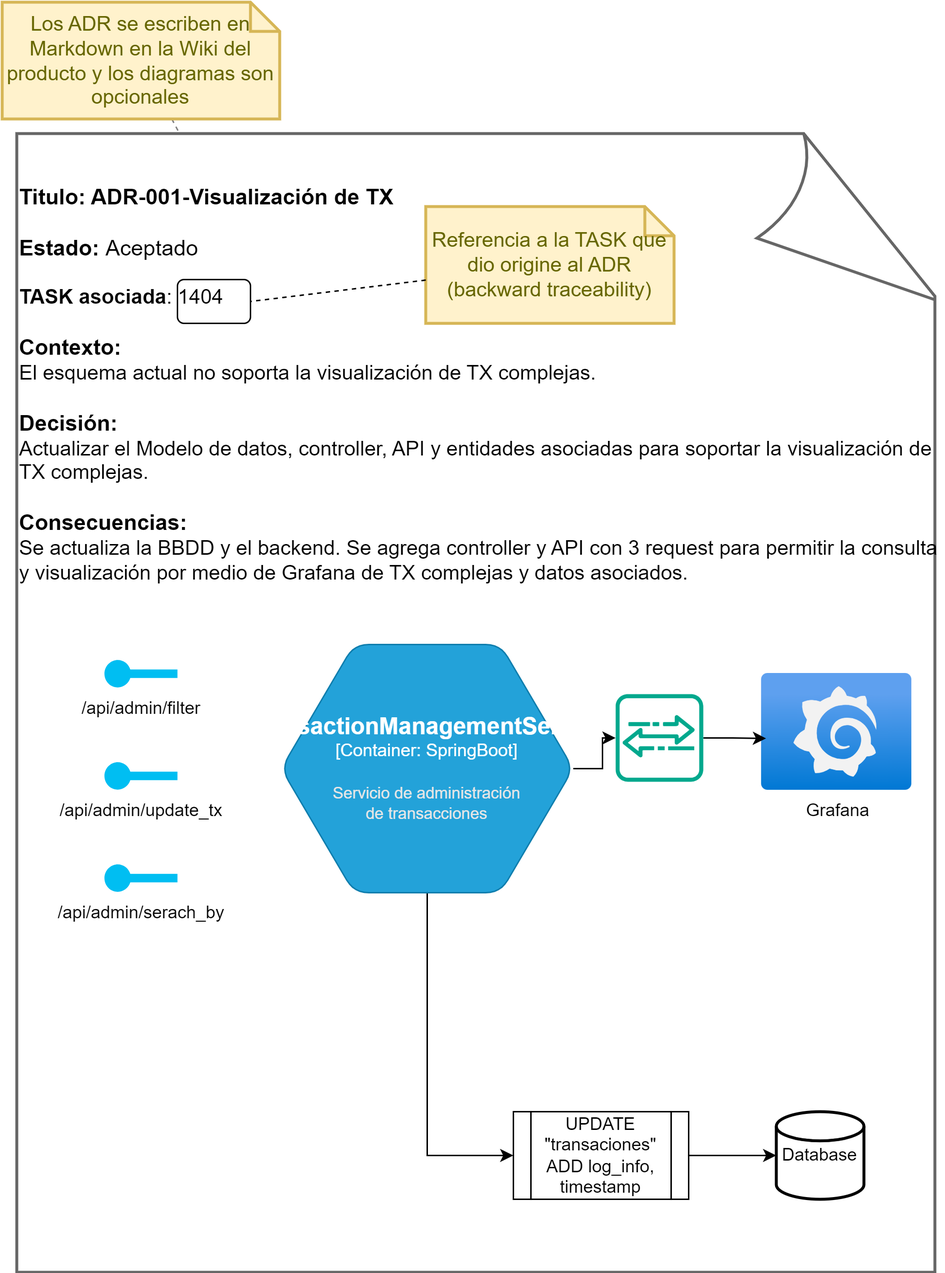
Earlier version of the draw.io export images/ADR_example.png (matiaspakua/tech.notes.io). Source tidied: cells renumbered, new cells last; positions are measured from the earlier drawing's top-left corner, leaving out a move shared by most shapes.
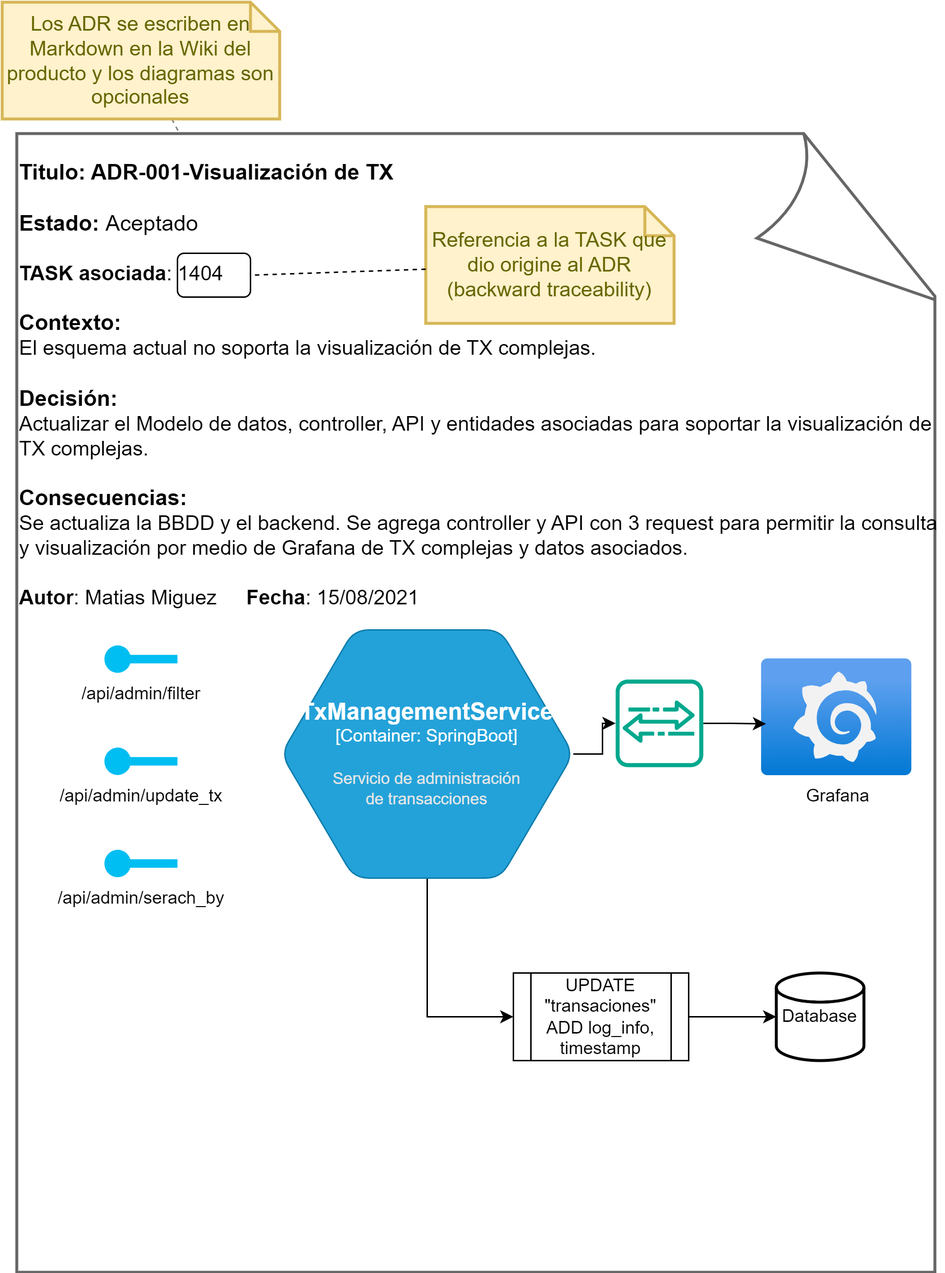
Later version of the same file.

Commit message:
Completing the talk 01 on architecture decisions.

What changed in the source:
```diff
@@ -5,11 +5,11 @@
     <mxCell id="2" style="group;" parent="1" vertex="1">
       <mxGeometry x="10" y="90" width="635" height="780" as="geometry" />
     </mxCell>
-    <mxCell id="3" value="&lt;font&gt;&lt;b style=&quot;font-size: 15px&quot;&gt;Titulo: ADR-001-Visualización de TX&lt;br&gt;&lt;/b&gt;&lt;br&gt;&lt;b style=&quot;font-size: 15px&quot;&gt;Estado:&amp;nbsp;&lt;/b&gt;&lt;span style=&quot;font-size: 15px&quot;&gt;Aceptado&lt;br&gt;&lt;/span&gt;&lt;br&gt;&lt;b&gt;TASK asociada&lt;/b&gt;: 1404&lt;br&gt;&lt;br&gt;&lt;b style=&quot;font-size: 15px&quot;&gt;Contexto:&amp;nbsp;&lt;/b&gt;&lt;br&gt;&lt;font style=&quot;font-size: 14px&quot;&gt;El esquema actual no soporta la visualización de TX complejas.&lt;/font&gt;&lt;br&gt;&lt;br&gt;&lt;b style=&quot;font-size: 15px&quot;&gt;Decisión&lt;/b&gt;&lt;b style=&quot;font-size: 15px&quot;&gt;:&lt;br&gt;&lt;/b&gt;Actualizar el Modelo de datos, controller, API y entidades asociadas para soportar la visualización de TX complejas.&lt;br&gt;&lt;br&gt;&lt;b style=&quot;font-size: 15px&quot;&gt;Consecuencias:&lt;br&gt;&lt;/b&gt;Se actualiza la BBDD y el backend. Se agrega controller y API con 3 request para permitir la consulta y visualización por medio de Grafana de TX complejas y datos asociados.&lt;br&gt;&lt;br&gt;&lt;br&gt;&lt;br&gt;&lt;br&gt;&lt;br&gt;&lt;br&gt;&lt;br&gt;&lt;br&gt;&lt;br&gt;&lt;br&gt;&lt;br&gt;&lt;br&gt;&lt;br&gt;&lt;br&gt;&lt;br&gt;&lt;br&gt;&lt;br&gt;&lt;br&gt;&lt;br&gt;&lt;br&gt;&lt;br&gt;&lt;br&gt;&lt;br&gt;&lt;br&gt;&lt;br&gt;&lt;br&gt;&lt;/font&gt;" style="whiteSpace=wrap;html=1;shape=mxgraph.basic.document;fontSize=14;fontColor=#000000;strokeColor=#666666;strokeWidth=2;fillColor=none;align=left;" parent="2" vertex="1">
+    <mxCell id="3" value="&lt;font&gt;&lt;b style=&quot;font-size: 15px&quot;&gt;Titulo: ADR-001-Visualización de TX&lt;br&gt;&lt;/b&gt;&lt;br&gt;&lt;b style=&quot;font-size: 15px&quot;&gt;Estado:&amp;nbsp;&lt;/b&gt;&lt;span style=&quot;font-size: 15px&quot;&gt;Aceptado&lt;br&gt;&lt;/span&gt;&lt;br&gt;&lt;b&gt;TASK asociada&lt;/b&gt;: 1404&lt;br&gt;&lt;br&gt;&lt;b style=&quot;font-size: 15px&quot;&gt;Contexto:&amp;nbsp;&lt;/b&gt;&lt;br&gt;&lt;font style=&quot;font-size: 14px&quot;&gt;El esquema actual no soporta la visualización de TX complejas.&lt;/font&gt;&lt;br&gt;&lt;br&gt;&lt;b style=&quot;font-size: 15px&quot;&gt;Decisión&lt;/b&gt;&lt;b style=&quot;font-size: 15px&quot;&gt;:&lt;br&gt;&lt;/b&gt;Actualizar el Modelo de datos, controller, API y entidades asociadas para soportar la visualización de TX complejas.&lt;br&gt;&lt;br&gt;&lt;b style=&quot;font-size: 15px&quot;&gt;Consecuencias:&lt;br&gt;&lt;/b&gt;Se actualiza la BBDD y el backend. Se agrega controller y API con 3 request para permitir la consulta y visualización por medio de Grafana de TX complejas y datos asociados.&lt;/font&gt;&lt;div&gt;&lt;font&gt;&lt;br&gt;&lt;/font&gt;&lt;/div&gt;&lt;div&gt;&lt;font&gt;&lt;b&gt;Autor&lt;/b&gt;: Matias Miguez&amp;nbsp;&lt;span style=&quot;white-space: pre;&quot;&gt;&#9;&lt;/span&gt;&lt;b&gt;Fecha&lt;/b&gt;: 15/08/2021&lt;br&gt;&lt;br&gt;&lt;br&gt;&lt;br&gt;&lt;br&gt;&lt;br&gt;&lt;br&gt;&lt;br&gt;&lt;br&gt;&lt;br&gt;&lt;br&gt;&lt;br&gt;&lt;br&gt;&lt;br&gt;&lt;br&gt;&lt;br&gt;&lt;br&gt;&lt;br&gt;&lt;br&gt;&lt;br&gt;&lt;br&gt;&lt;br&gt;&lt;br&gt;&lt;br&gt;&lt;br&gt;&lt;br&gt;&lt;br&gt;&lt;/font&gt;&lt;/div&gt;" style="whiteSpace=wrap;html=1;shape=mxgraph.basic.document;fontSize=14;fontColor=#000000;strokeColor=#666666;strokeWidth=2;fillColor=none;align=left;" parent="2" vertex="1">
       <mxGeometry width="635" height="780" as="geometry" />
     </mxCell>
     <mxCell id="4" style="rounded=1;whiteSpace=wrap;html=1;fillColor=none;" parent="2" vertex="1">
-      <mxGeometry x="110" y="100" width="50" height="30" as="geometry" />
+      <mxGeometry x="110" y="82" width="50" height="30" as="geometry" />
     </mxCell>
     <mxCell id="5" value="Referencia a la TASK que dio origine al ADR (backward traceability)" style="shape=note;strokeWidth=2;fontSize=14;size=20;whiteSpace=wrap;html=1;fillColor=#fff2cc;strokeColor=#d6b656;fontColor=#666600;" parent="2" vertex="1">
       <mxGeometry x="280" y="50" width="170" height="80" as="geometry" />
@@ -18,10 +18,10 @@
       <mxGeometry relative="1" as="geometry" />
     </mxCell>
     <mxCell id="7" value="Database" style="strokeWidth=2;html=1;shape=mxgraph.flowchart.database;whiteSpace=wrap;" parent="2" vertex="1">
-      <mxGeometry x="520" y="670" width="60" height="60" as="geometry" />
+      <mxGeometry x="520" y="575" width="60" height="60" as="geometry" />
     </mxCell>
     <mxCell id="8" value="UPDATE &quot;transaciones&quot; ADD log_info, timestamp" style="shape=process;whiteSpace=wrap;html=1;backgroundOutline=1;" parent="2" vertex="1">
-      <mxGeometry x="340" y="670" width="120" height="60" as="geometry" />
+      <mxGeometry x="340" y="575" width="120" height="60" as="geometry" />
     </mxCell>
     <mxCell id="9" style="edgeStyle=orthogonalEdgeStyle;rounded=0;jettySize=auto;html=1;entryX=0;entryY=0.5;entryDx=0;entryDy=0;entryPerimeter=0;" parent="2" edge="1" source="8" target="7">
       <mxGeometry relative="1" as="geometry" />
@@ -29,22 +29,22 @@
     <mxCell id="10" style="edgeStyle=orthogonalEdgeStyle;rounded=0;jettySize=auto;html=1;entryX=0;entryY=0.5;entryDx=0;entryDy=0;" parent="2" edge="1" source="11" target="8">
       <mxGeometry relative="1" as="geometry" />
     </mxCell>
-    <object id="11" label="&lt;font style=&quot;font-size: 16px&quot;&gt;&lt;b&gt;%c4Name%&lt;/b&gt;&lt;/font&gt;&lt;div&gt;[%c4Type%:&amp;nbsp;%c4Technology%]&lt;/div&gt;&lt;br&gt;&lt;div&gt;&lt;font style=&quot;font-size: 11px&quot;&gt;&lt;font color=&quot;#E6E6E6&quot;&gt;%c4Description%&lt;/font&gt;&lt;/div&gt;" c4Description="Servicio de administración &#10;de transacciones" c4Name="TransactionManagementService" c4Technology="SpringBoot" c4Type="Container" placeholders="1">
+    <object id="11" label="&lt;font style=&quot;font-size: 16px&quot;&gt;&lt;b&gt;%c4Name%&lt;/b&gt;&lt;/font&gt;&lt;div&gt;[%c4Type%:&amp;nbsp;%c4Technology%]&lt;/div&gt;&lt;br&gt;&lt;div&gt;&lt;font style=&quot;font-size: 11px&quot;&gt;&lt;font color=&quot;#E6E6E6&quot;&gt;%c4Description%&lt;/font&gt;&lt;/div&gt;" c4Description="Servicio de administración &#10;de transacciones" c4Name="TxManagementService" c4Technology="SpringBoot" c4Type="Container" placeholders="1">
       <mxCell style="shape=hexagon;size=50;perimeter=hexagonPerimeter2;whiteSpace=wrap;html=1;fixedSize=1;rounded=1;labelBackgroundColor=none;fillColor=#23A2D9;fontSize=12;fontColor=#ffffff;align=center;strokeColor=#0E7DAD;points=[[0.5,0,0],[1,0.25,0],[1,0.5,0],[1,0.75,0],[0.5,1,0],[0,0.75,0],[0,0.5,0],[0,0.25,0]];" parent="2" vertex="1">
-        <mxGeometry x="181" y="350" width="200" height="170" as="geometry" />
+        <mxGeometry x="181" y="340" width="200" height="170" as="geometry" />
       </mxCell>
     </object>
     <mxCell id="12" value="/api/admin/filter" style="verticalLabelPosition=bottom;html=1;verticalAlign=top;align=center;strokeColor=none;fillColor=#00BEF2;shape=mxgraph.azure.service_endpoint;" parent="2" vertex="1">
-      <mxGeometry x="60" y="360" width="50" height="20" as="geometry" />
+      <mxGeometry x="60" y="350" width="50" height="20" as="geometry" />
     </mxCell>
     <mxCell id="13" value="/api/admin/update_tx" style="verticalLabelPosition=bottom;html=1;verticalAlign=top;align=center;strokeColor=none;fillColor=#00BEF2;shape=mxgraph.azure.service_endpoint;" parent="2" vertex="1">
-      <mxGeometry x="60" y="430" width="50" height="20" as="geometry" />
+      <mxGeometry x="60" y="420" width="50" height="20" as="geometry" />
     </mxCell>
     <mxCell id="14" value="/api/admin/serach_by" style="verticalLabelPosition=bottom;html=1;verticalAlign=top;align=center;strokeColor=none;fillColor=#00BEF2;shape=mxgraph.azure.service_endpoint;" parent="2" vertex="1">
-      <mxGeometry x="60" y="500" width="50" height="20" as="geometry" />
+      <mxGeometry x="60" y="490" width="50" height="20" as="geometry" />
     </mxCell>
     <mxCell id="15" value="Grafana" style="image;html=1;points=[];align=center;fontSize=12;image=img/lib/azure2/other/Grafana.svg;" parent="2" vertex="1">
-      <mxGeometry x="510" y="370" width="103" height="80" as="geometry" />
+      <mxGeometry x="510" y="360" width="103" height="80" as="geometry" />
     </mxCell>
     <mxCell id="16" style="edgeStyle=none;rounded=0;jettySize=auto;html=1;dashed=1;fontSize=14;fontColor=#000000;endArrow=none;endFill=0;strokeColor=#808080;fillColor=#7EA6E0;" parent="1" edge="1" source="17" target="3">
       <mxGeometry relative="1" as="geometry" />
@@ -53,7 +53,7 @@
       <mxGeometry width="190" height="80" as="geometry" />
     </mxCell>
     <mxCell id="18" style="sketch=0;outlineConnect=0;fontColor=#232F3E;gradientColor=none;fillColor=#01A88D;strokeColor=none;dashed=0;verticalLabelPosition=bottom;verticalAlign=top;align=center;html=1;fontSize=12;fontStyle=0;shape=mxgraph.aws4.agent2;" parent="1" vertex="1">
-      <mxGeometry x="420" y="474" width="60" height="60" as="geometry" />
+      <mxGeometry x="420" y="464" width="60" height="60" as="geometry" />
     </mxCell>
     <mxCell id="19" style="edgeStyle=orthogonalEdgeStyle;rounded=0;jettySize=auto;html=1;" parent="1" edge="1" source="11" target="18">
       <mxGeometry relative="1" as="geometry" />
```
